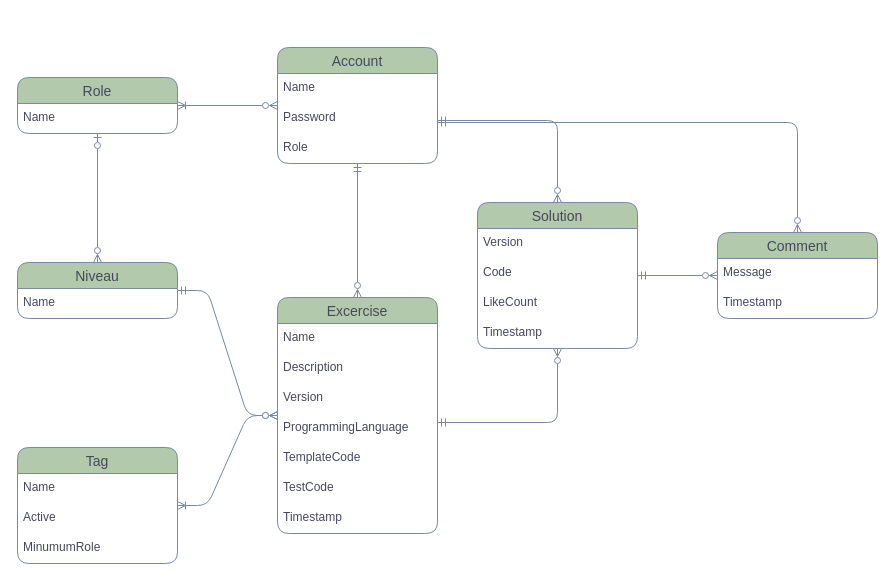
Earlier version of the draw.io diagram diagrams.drawio (Job79/avans-code). Source tidied: cells renumbered, new cells numbered last; positions are measured from the earlier drawing's top-left corner, leaving out a move shared by most shapes. Both pictures are drawn from the tidied source at 100%, with x=0, y=0 at pixel (17, 47).
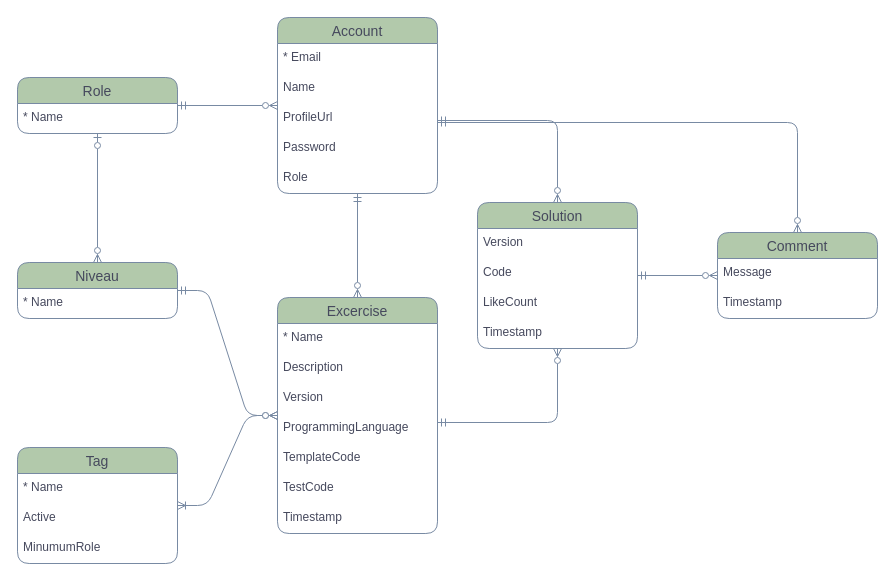
After the change.

Unchanged cells that the change refers to:
```xml
<mxCell id="3" value="Excercise" style="swimlane;fontStyle=0;horizontal=1;startSize=26;align=center;fontSize=14;labelBackgroundColor=none;fillColor=#B2C9AB;strokeColor=#788AA3;fontColor=#46495D;rounded=1;" parent="1" vertex="1">
  <mxGeometry x="260" y="250" width="160" height="236" as="geometry" />
</mxCell>
<mxCell id="18" value="Tag" style="swimlane;fontStyle=0;horizontal=1;startSize=26;align=center;fontSize=14;labelBackgroundColor=none;fillColor=#B2C9AB;strokeColor=#788AA3;fontColor=#46495D;rounded=1;" parent="1" vertex="1">
  <mxGeometry y="400" width="160" height="116" as="geometry" />
</mxCell>
<mxCell id="26" value="Niveau" style="swimlane;fontStyle=0;horizontal=1;startSize=26;align=center;fontSize=14;labelBackgroundColor=none;fillColor=#B2C9AB;strokeColor=#788AA3;fontColor=#46495D;rounded=1;" parent="1" vertex="1">
  <mxGeometry y="215" width="160" height="56" as="geometry" />
</mxCell>
<mxCell id="36" value="Role" style="swimlane;fontStyle=0;horizontal=1;startSize=26;align=center;fontSize=14;labelBackgroundColor=none;fillColor=#B2C9AB;strokeColor=#788AA3;fontColor=#46495D;rounded=1;" parent="1" vertex="1">
  <mxGeometry y="30" width="160" height="56" as="geometry" />
</mxCell>
```

Change to the diagram source:
```diff
@@
-    <mxCell id="4" value="Name" style="text;strokeColor=none;fillColor=none;spacingLeft=4;spacingRight=4;overflow=hidden;fontSize=12;whiteSpace=wrap;html=1;labelBackgroundColor=none;fontColor=#46495D;rounded=1;" parent="3" vertex="1">
+    <mxCell id="4" value="* Name" style="text;strokeColor=none;fillColor=none;spacingLeft=4;spacingRight=4;overflow=hidden;fontSize=12;whiteSpace=wrap;html=1;labelBackgroundColor=none;fontColor=#46495D;rounded=1;" parent="3" vertex="1">
       <mxGeometry y="26" width="160" height="30" as="geometry" />
     </mxCell>
@@
-    <mxCell id="19" value="Name" style="text;strokeColor=none;fillColor=none;spacingLeft=4;spacingRight=4;overflow=hidden;fontSize=12;whiteSpace=wrap;html=1;labelBackgroundColor=none;fontColor=#46495D;rounded=1;" parent="18" vertex="1">
+    <mxCell id="19" value="* Name" style="text;strokeColor=none;fillColor=none;spacingLeft=4;spacingRight=4;overflow=hidden;fontSize=12;whiteSpace=wrap;html=1;labelBackgroundColor=none;fontColor=#46495D;rounded=1;" parent="18" vertex="1">
       <mxGeometry y="26" width="160" height="30" as="geometry" />
     </mxCell>
@@
-    <mxCell id="27" value="Name" style="text;strokeColor=none;fillColor=none;spacingLeft=4;spacingRight=4;overflow=hidden;fontSize=12;whiteSpace=wrap;html=1;labelBackgroundColor=none;fontColor=#46495D;rounded=1;" parent="26" vertex="1">
+    <mxCell id="27" value="* Name" style="text;strokeColor=none;fillColor=none;spacingLeft=4;spacingRight=4;overflow=hidden;fontSize=12;whiteSpace=wrap;html=1;labelBackgroundColor=none;fontColor=#46495D;rounded=1;" parent="26" vertex="1">
       <mxGeometry y="26" width="160" height="30" as="geometry" />
     </mxCell>
@@
     <mxCell id="30" value="Account" style="swimlane;fontStyle=0;horizontal=1;startSize=26;align=center;fontSize=14;labelBackgroundColor=none;fillColor=#B2C9AB;strokeColor=#788AA3;fontColor=#46495D;rounded=1;" parent="1" vertex="1">
-      <mxGeometry x="260" width="160" height="116" as="geometry" />
+      <mxGeometry x="260" y="-30" width="160" height="176" as="geometry" />
     </mxCell>
+    <mxCell id="39" value="* Email" style="text;strokeColor=none;fillColor=none;spacingLeft=4;spacingRight=4;overflow=hidden;fontSize=12;whiteSpace=wrap;html=1;labelBackgroundColor=none;fontColor=#46495D;rounded=1;" parent="30" vertex="1">
+      <mxGeometry y="26" width="160" height="30" as="geometry" />
+    </mxCell>
     <mxCell id="31" value="Name" style="text;strokeColor=none;fillColor=none;spacingLeft=4;spacingRight=4;overflow=hidden;fontSize=12;whiteSpace=wrap;html=1;labelBackgroundColor=none;fontColor=#46495D;rounded=1;" parent="30" vertex="1">
-      <mxGeometry y="26" width="160" height="30" as="geometry" />
+      <mxGeometry y="56" width="160" height="30" as="geometry" />
     </mxCell>
+    <mxCell id="40" value="ProfileUrl" style="text;strokeColor=none;fillColor=none;spacingLeft=4;spacingRight=4;overflow=hidden;fontSize=12;whiteSpace=wrap;html=1;labelBackgroundColor=none;fontColor=#46495D;rounded=1;" parent="30" vertex="1">
+      <mxGeometry y="86" width="160" height="30" as="geometry" />
+    </mxCell>
     <mxCell id="32" value="Password" style="text;strokeColor=none;fillColor=none;spacingLeft=4;spacingRight=4;overflow=hidden;fontSize=12;whiteSpace=wrap;html=1;labelBackgroundColor=none;fontColor=#46495D;rounded=1;" parent="30" vertex="1">
-      <mxGeometry y="56" width="160" height="30" as="geometry" />
+      <mxGeometry y="116" width="160" height="30" as="geometry" />
     </mxCell>
     <mxCell id="33" value="Role" style="text;strokeColor=none;fillColor=none;spacingLeft=4;spacingRight=4;overflow=hidden;fontSize=12;whiteSpace=wrap;html=1;labelBackgroundColor=none;fontColor=#46495D;rounded=1;" parent="30" vertex="1">
-      <mxGeometry y="86" width="160" height="30" as="geometry" />
+      <mxGeometry y="146" width="160" height="30" as="geometry" />
     </mxCell>
@@
-    <mxCell id="35" style="edgeStyle=orthogonalEdgeStyle;rounded=1;jettySize=auto;html=1;endArrow=ERzeroToMany;endFill=0;startArrow=ERoneToMany;startFill=0;labelBackgroundColor=none;strokeColor=#788AA3;fontColor=default;" parent="1" edge="1" source="36" target="30">
+    <mxCell id="35" style="edgeStyle=orthogonalEdgeStyle;rounded=1;jettySize=auto;html=1;endArrow=ERzeroToMany;endFill=0;startArrow=ERmandOne;startFill=0;labelBackgroundColor=none;strokeColor=#788AA3;fontColor=default;" parent="1" edge="1" source="36" target="30">
       <mxGeometry relative="1" as="geometry" />
     </mxCell>
@@
-    <mxCell id="37" value="Name" style="text;strokeColor=none;fillColor=none;spacingLeft=4;spacingRight=4;overflow=hidden;fontSize=12;whiteSpace=wrap;html=1;labelBackgroundColor=none;fontColor=#46495D;rounded=1;" parent="36" vertex="1">
+    <mxCell id="37" value="* Name" style="text;strokeColor=none;fillColor=none;spacingLeft=4;spacingRight=4;overflow=hidden;fontSize=12;whiteSpace=wrap;html=1;labelBackgroundColor=none;fontColor=#46495D;rounded=1;" parent="36" vertex="1">
       <mxGeometry y="26" width="160" height="30" as="geometry" />
     </mxCell>
```
